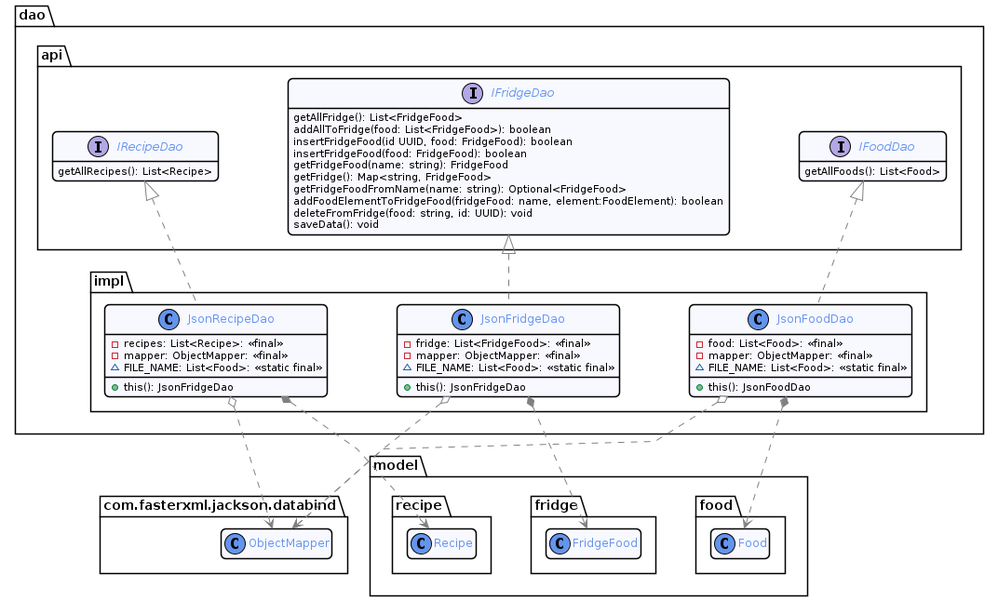
Before: docs/diagram/out/dao.png, a diagram exported from PlantUML (romainvacheret/wadge-backend).
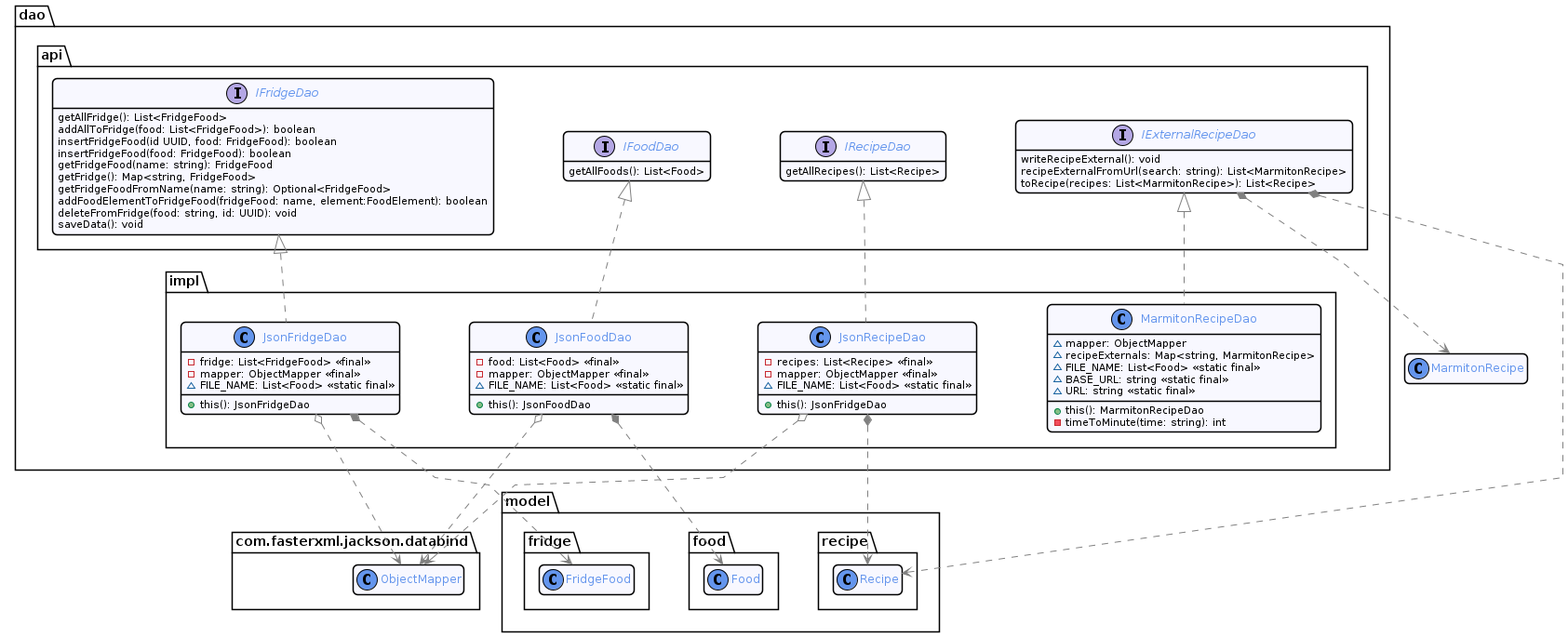
After the commit.

Diff of the diagram source:
```diff
@@ -41,28 +41,44 @@
         interface IRecipeDao {
             getAllRecipes(): List<Recipe>
         }
+
+        interface IExternalRecipeDao {
+            writeRecipeExternal(): void
+            recipeExternalFromUrl(search: string): List<MarmitonRecipe>
+            toRecipe(recipes: List<MarmitonRecipe>): List<Recipe>
+        }
     }
 
     package impl {
         class JsonFoodDao implements IFoodDao {
-            - food: List<Food>: <<final>>
-            - mapper: ObjectMapper: <<final>>
-            ~ FILE_NAME: List<Food>: <<static final>>
+            - food: List<Food> <<final>>
+            - mapper: ObjectMapper <<final>>
+            ~ FILE_NAME: List<Food> <<static final>>
             + this(): JsonFoodDao
         }
 
         class JsonFridgeDao implements IFridgeDao {
-            - fridge: List<FridgeFood>: <<final>>
-            - mapper: ObjectMapper: <<final>>
-            ~ FILE_NAME: List<Food>: <<static final>>
+            - fridge: List<FridgeFood> <<final>>
+            - mapper: ObjectMapper <<final>>
+            ~ FILE_NAME: List<Food> <<static final>>
             + this(): JsonFridgeDao
         }
 
         class JsonRecipeDao implements IRecipeDao {
-            - recipes: List<Recipe>: <<final>>
-            - mapper: ObjectMapper: <<final>>
-            ~ FILE_NAME: List<Food>: <<static final>>
+            - recipes: List<Recipe> <<final>>
+            - mapper: ObjectMapper <<final>>
+            ~ FILE_NAME: List<Food> <<static final>>
             + this(): JsonFridgeDao
+        }
+
+        class MarmitonRecipeDao implements IExternalRecipeDao {
+            ~ mapper: ObjectMapper
+            ~ recipeExternals: Map<string, MarmitonRecipe>
+            ~ FILE_NAME: List<Food> <<static final>>
+            ~ BASE_URL: string <<static final>>
+            ~ URL: string <<static final>>
+            + this(): MarmitonRecipeDao
+            - timeToMinute(time: string): int
         }
     }
 }
@@ -76,4 +92,7 @@
 JsonRecipeDao *..> Recipe
 JsonRecipeDao o..> ObjectMapper
 
+IExternalRecipeDao *..> Recipe
+IExternalRecipeDao *..> MarmitonRecipe
+
 @enduml
```
